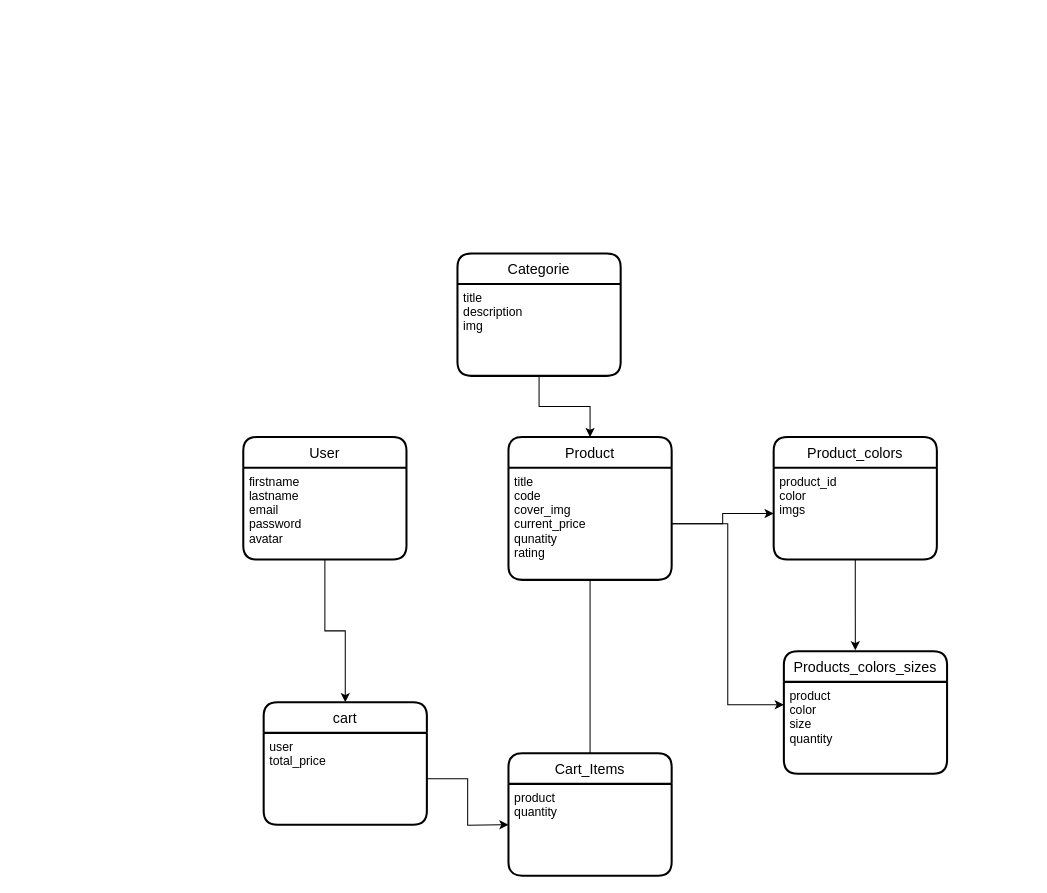
Elalfy74/e-commerce-nestjs keeps this draw.io diagram as e-commerce.drawio. Above is the earlier version. Source tidied: cells renumbered, new cells numbered last; positions are measured from the earlier drawing's top-left corner, leaving out a move shared by most shapes. Both pictures are drawn from the tidied source at 102%, with x=0, y=0 at pixel (243, 253).
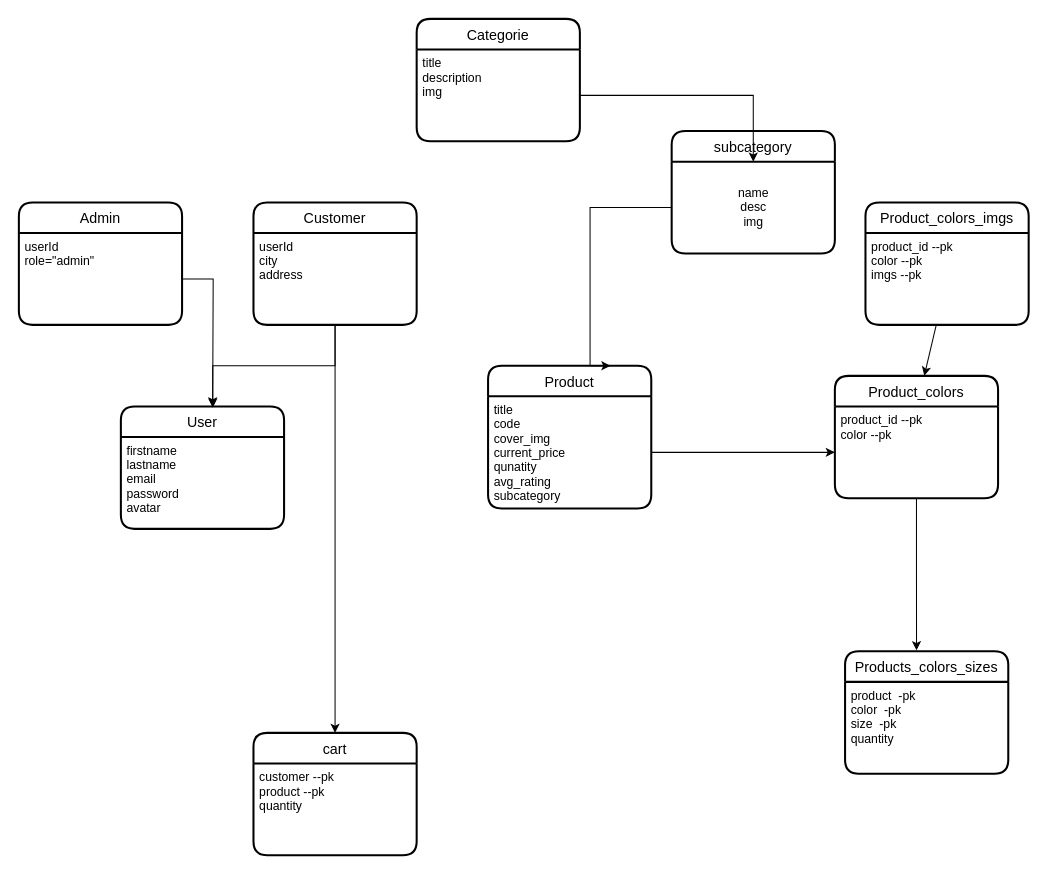
After the change.

The change refers to these unchanged cells:
```xml
<mxCell id="3" value="firstname&#10;lastname&#10;email&#10;password&#10;avatar" style="align=left;strokeColor=none;fillColor=none;spacingLeft=4;fontSize=12;verticalAlign=top;" parent="2" vertex="1">
  <mxGeometry y="30" width="160" height="90" as="geometry" />
</mxCell>
<mxCell id="12" value="title&#10;description&#10;img" style="align=left;strokeColor=none;fillColor=none;spacingLeft=4;fontSize=12;verticalAlign=top;" parent="11" vertex="1">
  <mxGeometry y="30" width="160" height="90" as="geometry" />
</mxCell>
```

The edit, as a diff of the source:
```diff
@@
     <mxCell id="2" value="User" style="swimlane;horizontal=1;startSize=30;rounded=1;fontSize=14;fontStyle=0;strokeWidth=2;shadow=0;dashed=0;align=center;" parent="1" vertex="1">
-      <mxGeometry y="180" width="160" height="120" as="geometry" />
+      <mxGeometry x="-120" y="150" width="160" height="120" as="geometry" />
     </mxCell>
@@
     <mxCell id="4" value="Product" style="swimlane;horizontal=1;startSize=30;rounded=1;fontSize=14;fontStyle=0;strokeWidth=2;shadow=0;dashed=0;align=center;" parent="1" vertex="1">
-      <mxGeometry x="260" y="180" width="160" height="140" as="geometry" />
+      <mxGeometry x="240" y="110" width="160" height="140" as="geometry" />
     </mxCell>
-    <mxCell id="5" value="title&#10;code&#10;cover_img&#10;current_price&#10;qunatity&#10;rating" style="align=left;strokeColor=none;fillColor=none;spacingLeft=4;fontSize=12;verticalAlign=top;" parent="4" vertex="1">
+    <mxCell id="5" value="title&#10;code&#10;cover_img&#10;current_price&#10;qunatity&#10;avg_rating&#10;subcategory" style="align=left;strokeColor=none;fillColor=none;spacingLeft=4;fontSize=12;verticalAlign=top;" parent="4" vertex="1">
       <mxGeometry y="30" width="160" height="110" as="geometry" />
     </mxCell>
     <mxCell id="6" value="Product_colors" style="swimlane;horizontal=1;startSize=30;rounded=1;fontSize=14;fontStyle=0;strokeWidth=2;shadow=0;dashed=0;align=center;" parent="1" vertex="1">
-      <mxGeometry x="520" y="180" width="160" height="120" as="geometry" />
+      <mxGeometry x="580" y="120" width="160" height="120" as="geometry" />
     </mxCell>
-    <mxCell id="7" value="product_id&#10;color&#10;imgs&#10;" style="align=left;strokeColor=none;fillColor=none;spacingLeft=4;fontSize=12;verticalAlign=top;" parent="6" vertex="1">
+    <mxCell id="7" value="product_id --pk&#10;color --pk&#10;" style="align=left;strokeColor=none;fillColor=none;spacingLeft=4;fontSize=12;verticalAlign=top;" parent="6" vertex="1">
       <mxGeometry y="30" width="160" height="90" as="geometry" />
     </mxCell>
@@
     <mxCell id="9" value="Products_colors_sizes" style="swimlane;horizontal=1;startSize=30;rounded=1;fontSize=14;fontStyle=0;strokeWidth=2;shadow=0;dashed=0;align=center;" parent="1" vertex="1">
-      <mxGeometry x="530" y="390" width="160" height="120" as="geometry" />
+      <mxGeometry x="590" y="390" width="160" height="120" as="geometry" />
     </mxCell>
-    <mxCell id="10" value="product&#10;color&#10;size&#10;quantity" style="align=left;strokeColor=none;fillColor=none;spacingLeft=4;fontSize=12;verticalAlign=top;" parent="9" vertex="1">
+    <mxCell id="10" value="product  -pk&#10;color  -pk&#10;size  -pk&#10;quantity" style="align=left;strokeColor=none;fillColor=none;spacingLeft=4;fontSize=12;verticalAlign=top;" parent="9" vertex="1">
       <mxGeometry y="30" width="160" height="90" as="geometry" />
     </mxCell>
     <mxCell id="11" value="Categorie" style="swimlane;horizontal=1;startSize=30;rounded=1;fontSize=14;fontStyle=0;strokeWidth=2;shadow=0;dashed=0;align=center;" parent="1" vertex="1">
-      <mxGeometry x="210" width="160" height="120" as="geometry" />
+      <mxGeometry x="170" y="-230" width="160" height="120" as="geometry" />
     </mxCell>
@@
-    <mxCell id="13" style="edgeStyle=orthogonalEdgeStyle;rounded=0;jettySize=auto;html=1;entryX=0.5;entryY=0;entryDx=0;entryDy=0;" parent="1" edge="1" source="12" target="4">
-      <mxGeometry relative="1" as="geometry" />
-    </mxCell>
@@
-    <mxCell id="15" style="edgeStyle=orthogonalEdgeStyle;rounded=0;jettySize=auto;html=1;entryX=0;entryY=0.25;entryDx=0;entryDy=0;" parent="1" edge="1" source="5" target="10">
-      <mxGeometry relative="1" as="geometry" />
-    </mxCell>
     <mxCell id="16" value="cart" style="swimlane;horizontal=1;startSize=30;rounded=1;fontSize=14;fontStyle=0;strokeWidth=2;shadow=0;dashed=0;align=center;" parent="1" vertex="1">
-      <mxGeometry x="20" y="440" width="160" height="120" as="geometry" />
+      <mxGeometry x="10" y="470" width="160" height="120" as="geometry" />
     </mxCell>
-    <mxCell id="17" value="user&#10;total_price" style="align=left;strokeColor=none;fillColor=none;spacingLeft=4;fontSize=12;verticalAlign=top;" parent="16" vertex="1">
+    <mxCell id="17" value="customer --pk&#10;product --pk&#10;quantity&#10;" style="align=left;strokeColor=none;fillColor=none;spacingLeft=4;fontSize=12;verticalAlign=top;" parent="16" vertex="1">
       <mxGeometry y="30" width="160" height="90" as="geometry" />
     </mxCell>
-    <mxCell id="18" style="edgeStyle=orthogonalEdgeStyle;rounded=0;jettySize=auto;html=1;" parent="1" edge="1" source="3" target="16">
-      <mxGeometry relative="1" as="geometry" />
-    </mxCell>
-    <mxCell id="19" style="edgeStyle=orthogonalEdgeStyle;rounded=0;jettySize=auto;html=1;entryX=0.5;entryY=0;entryDx=0;entryDy=0;" parent="1" edge="1" source="5">
-      <mxGeometry relative="1" as="geometry">
-        <mxPoint x="340" y="500" as="targetPoint" />
-      </mxGeometry>
-    </mxCell>
-    <mxCell id="20" style="edgeStyle=orthogonalEdgeStyle;rounded=0;jettySize=auto;html=1;entryX=0;entryY=0.5;entryDx=0;entryDy=0;" parent="1" edge="1" source="17">
-      <mxGeometry relative="1" as="geometry">
-        <mxPoint x="260" y="560" as="targetPoint" />
-      </mxGeometry>
-    </mxCell>
-    <mxCell id="21" value="Cart_Items" style="swimlane;horizontal=1;startSize=30;rounded=1;fontSize=14;fontStyle=0;strokeWidth=2;shadow=0;dashed=0;align=center;" parent="1" vertex="1">
-      <mxGeometry x="260" y="490" width="160" height="120" as="geometry" />
-    </mxCell>
-    <mxCell id="22" value="product&#10;quantity" style="align=left;strokeColor=none;fillColor=none;spacingLeft=4;fontSize=12;verticalAlign=top;" parent="21" vertex="1">
-      <mxGeometry y="30" width="160" height="90" as="geometry" />
-    </mxCell>
+    <mxCell id="23" value="Admin" style="swimlane;horizontal=1;startSize=30;rounded=1;fontSize=14;fontStyle=0;strokeWidth=2;shadow=0;dashed=0;align=center;" parent="1" vertex="1">
+      <mxGeometry x="-220" y="-50" width="160" height="120" as="geometry" />
+    </mxCell>
+    <mxCell id="24" value="userId&#10;role=&quot;admin&quot;" style="align=left;strokeColor=none;fillColor=none;spacingLeft=4;fontSize=12;verticalAlign=top;" parent="23" vertex="1">
+      <mxGeometry y="30" width="160" height="90" as="geometry" />
+    </mxCell>
+    <mxCell id="25" value="Customer" style="swimlane;horizontal=1;startSize=30;rounded=1;fontSize=14;fontStyle=0;strokeWidth=2;shadow=0;dashed=0;align=center;" parent="1" vertex="1">
+      <mxGeometry x="10" y="-50" width="160" height="120" as="geometry" />
+    </mxCell>
+    <mxCell id="26" value="userId&#10;city&#10;address&#10;" style="align=left;strokeColor=none;fillColor=none;spacingLeft=4;fontSize=12;verticalAlign=top;" parent="25" vertex="1">
+      <mxGeometry y="30" width="160" height="90" as="geometry" />
+    </mxCell>
+    <mxCell id="27" value="subcategory" style="swimlane;horizontal=1;startSize=30;rounded=1;fontSize=14;fontStyle=0;strokeWidth=2;shadow=0;dashed=0;align=center;" parent="1" vertex="1">
+      <mxGeometry x="420" y="-120" width="160" height="120" as="geometry" />
+    </mxCell>
+    <mxCell id="28" value="name&lt;br&gt;desc&lt;br&gt;img" style="text;html=1;align=center;verticalAlign=middle;points=[];strokeColor=none;fillColor=none;" parent="27" vertex="1">
+      <mxGeometry y="30" width="160" height="90" as="geometry" />
+    </mxCell>
+    <mxCell id="29" style="edgeStyle=orthogonalEdgeStyle;rounded=0;jettySize=auto;html=1;entryX=0.75;entryY=0;entryDx=0;entryDy=0;" parent="1" edge="1" source="28" target="4">
+      <mxGeometry relative="1" as="geometry">
+        <Array as="points">
+          <mxPoint x="340" y="-45" />
+          <mxPoint x="340" y="110" />
+        </Array>
+      </mxGeometry>
+    </mxCell>
+    <mxCell id="30" style="edgeStyle=orthogonalEdgeStyle;rounded=0;jettySize=auto;html=1;" parent="1" edge="1" source="12" target="28">
+      <mxGeometry relative="1" as="geometry" />
+    </mxCell>
+    <mxCell id="31" style="edgeStyle=orthogonalEdgeStyle;rounded=0;jettySize=auto;html=1;entryX=0.5;entryY=0;entryDx=0;entryDy=0;" parent="1" edge="1" source="26" target="16">
+      <mxGeometry relative="1" as="geometry">
+        <Array as="points">
+          <mxPoint x="90" y="440" />
+        </Array>
+      </mxGeometry>
+    </mxCell>
+    <mxCell id="32" style="edgeStyle=orthogonalEdgeStyle;rounded=0;jettySize=auto;html=1;entryX=0.563;entryY=0.01;entryDx=0;entryDy=0;entryPerimeter=0;" parent="1" edge="1" source="26" target="2">
+      <mxGeometry relative="1" as="geometry" />
+    </mxCell>
+    <mxCell id="33" style="edgeStyle=orthogonalEdgeStyle;rounded=0;jettySize=auto;html=1;" parent="1" edge="1" source="24">
+      <mxGeometry relative="1" as="geometry">
+        <mxPoint x="-30" y="150" as="targetPoint" />
+      </mxGeometry>
+    </mxCell>
+    <mxCell id="34" value="Product_colors_imgs" style="swimlane;horizontal=1;startSize=30;rounded=1;fontSize=14;fontStyle=0;strokeWidth=2;shadow=0;dashed=0;align=center;" parent="1" vertex="1">
+      <mxGeometry x="610" y="-50" width="160" height="120" as="geometry" />
+    </mxCell>
+    <mxCell id="35" value="product_id --pk&#10;color --pk&#10;imgs --pk&#10;" style="align=left;strokeColor=none;fillColor=none;spacingLeft=4;fontSize=12;verticalAlign=top;" parent="34" vertex="1">
+      <mxGeometry y="30" width="160" height="90" as="geometry" />
+    </mxCell>
+    <mxCell id="36" style="edgeStyle=none;html=1;entryX=0.548;entryY=-0.001;entryDx=0;entryDy=0;entryPerimeter=0;" parent="1" edge="1" source="35" target="6">
+      <mxGeometry relative="1" as="geometry" />
+    </mxCell>
```
